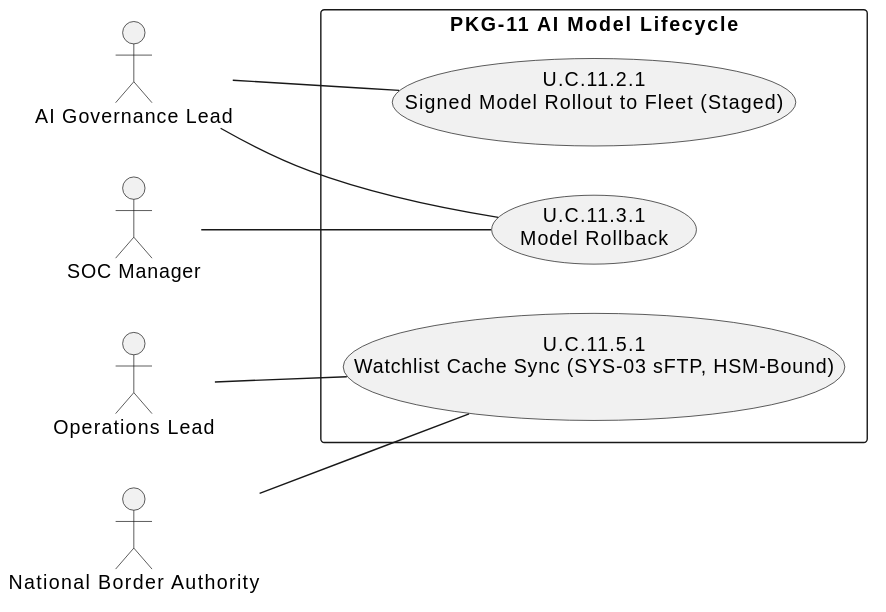
The PlantUML diagram 02_CASES/Case_02_SecureBorder_Solutions/03_PHASE3_DECOMPOSITION/annexes/svg/A_s5_pkg_11_ai_model_lifecycle_3_use_cases.svg in pauloribeiro16/Methodology_compact, before a commit. Its diagram source:
```plantuml
@startuml
left to right direction
actor "AI Governance Lead" as AIG
actor "Operations Lead" as OPS
actor "SOC Manager" as SOC
actor "National Border Authority" as NBA
rectangle "PKG-11 AI Model Lifecycle" {
usecase "U.C.11.2.1\nSigned Model Rollout to Fleet (Staged)" as UC1121
usecase "U.C.11.3.1\nModel Rollback" as UC1131
usecase "U.C.11.5.1\nWatchlist Cache Sync (SYS-03 sFTP, HSM-Bound)" as UC1151
}
AIG -- UC1121
AIG -- UC1131
OPS -- UC1151
SOC -- UC1131
NBA -- UC1151
@enduml
```
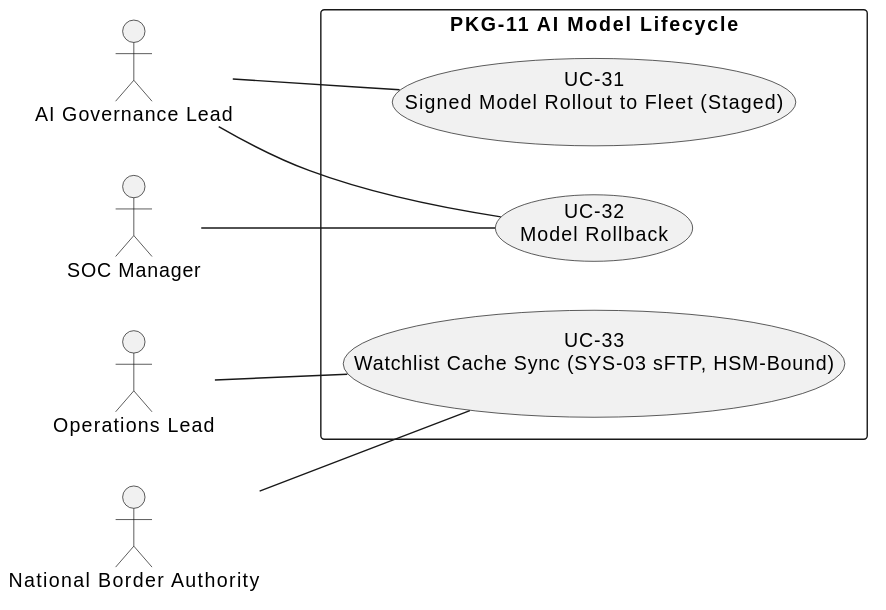
The same diagram one commit later.

Change to the diagram source:
```diff
@@ -5,9 +5,9 @@
 actor "SOC Manager" as SOC
 actor "National Border Authority" as NBA
 rectangle "PKG-11 AI Model Lifecycle" {
-usecase "U.C.11.2.1\nSigned Model Rollout to Fleet (Staged)" as UC1121
-usecase "U.C.11.3.1\nModel Rollback" as UC1131
-usecase "U.C.11.5.1\nWatchlist Cache Sync (SYS-03 sFTP, HSM-Bound)" as UC1151
+usecase "UC-31\nSigned Model Rollout to Fleet (Staged)" as UC1121
+usecase "UC-32\nModel Rollback" as UC1131
+usecase "UC-33\nWatchlist Cache Sync (SYS-03 sFTP, HSM-Bound)" as UC1151
 }
 AIG -- UC1121
 AIG -- UC1131
```
